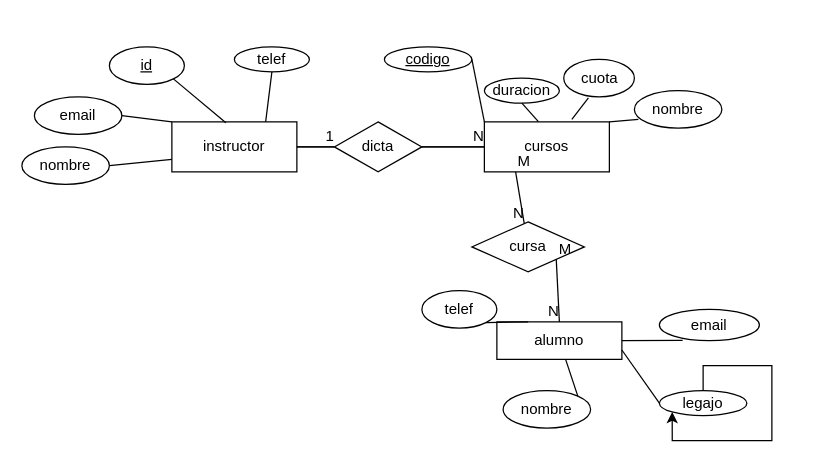
Earlier version of the draw.io diagram page "Página-9" (9 of 11) of Diagrama sin título.drawio (licia90/prueba). Source tidied: cells renumbered, new cells numbered last; positions are measured from the earlier drawing's top-left corner, leaving out a move shared by most shapes. Both pictures are drawn from the tidied source at 125%, with x=0, y=0 at pixel (21, 46).
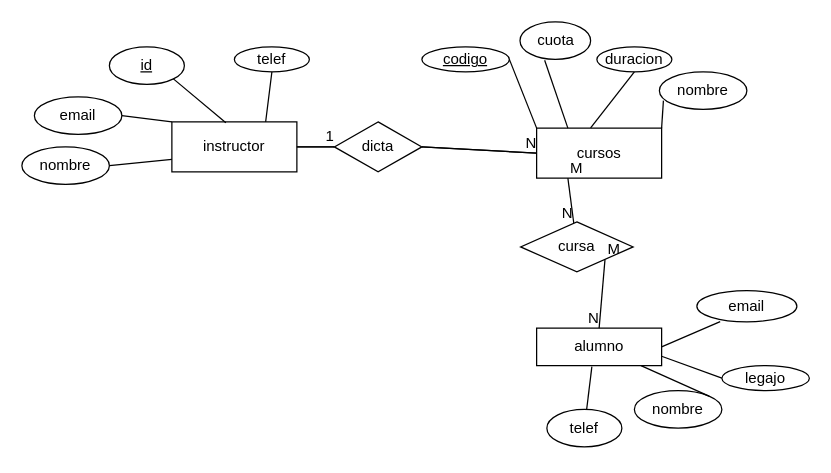
Above is the later version.

Change to the diagram source:
```diff
@@
     <mxCell id="2" value="alumno" style="whiteSpace=wrap;html=1;align=center;" parent="1" vertex="1">
-      <mxGeometry x="380" y="220" width="100" height="30" as="geometry" />
+      <mxGeometry x="411.8" y="225" width="100" height="30" as="geometry" />
     </mxCell>
@@
     <mxCell id="4" value="cursos" style="whiteSpace=wrap;html=1;align=center;" parent="1" vertex="1">
-      <mxGeometry x="370" y="60" width="100" height="40" as="geometry" />
+      <mxGeometry x="411.8" y="65" width="100" height="40" as="geometry" />
     </mxCell>
@@
     <mxCell id="9" value="nombre" style="ellipse;whiteSpace=wrap;html=1;align=center;" parent="1" vertex="1">
-      <mxGeometry x="385" y="275" width="70" height="30" as="geometry" />
+      <mxGeometry x="490" y="275" width="70" height="30" as="geometry" />
     </mxCell>
     <mxCell id="10" value="email" style="ellipse;whiteSpace=wrap;html=1;align=center;" parent="1" vertex="1">
-      <mxGeometry x="510" y="210" width="80" height="25" as="geometry" />
+      <mxGeometry x="540" y="195" width="80" height="25" as="geometry" />
     </mxCell>
     <mxCell id="11" value="telef" style="ellipse;whiteSpace=wrap;html=1;align=center;" parent="1" vertex="1">
-      <mxGeometry x="320" y="195" width="60" height="30" as="geometry" />
+      <mxGeometry x="420" y="290" width="60" height="30" as="geometry" />
     </mxCell>
     <mxCell id="12" value="codigo" style="ellipse;whiteSpace=wrap;html=1;align=center;fontStyle=4;" parent="1" vertex="1">
-      <mxGeometry x="290" width="70" height="20" as="geometry" />
+      <mxGeometry x="320" width="70" height="20" as="geometry" />
     </mxCell>
     <mxCell id="13" value="nombre" style="ellipse;whiteSpace=wrap;html=1;align=center;" parent="1" vertex="1">
-      <mxGeometry x="490" y="35" width="70" height="30" as="geometry" />
+      <mxGeometry x="510" y="20" width="70" height="30" as="geometry" />
     </mxCell>
     <mxCell id="14" value="cuota" style="ellipse;whiteSpace=wrap;html=1;align=center;" parent="1" vertex="1">
-      <mxGeometry x="433.5" y="10" width="56.5" height="30" as="geometry" />
+      <mxGeometry x="398.5" y="-20" width="56.5" height="30" as="geometry" />
     </mxCell>
     <mxCell id="15" value="duracion" style="ellipse;whiteSpace=wrap;html=1;align=center;" parent="1" vertex="1">
-      <mxGeometry x="370" y="25" width="60" height="20" as="geometry" />
+      <mxGeometry x="460" width="60" height="20" as="geometry" />
     </mxCell>
-    <mxCell id="16" style="endArrow=none;html=1;rounded=0;entryX=0.349;entryY=1.024;entryDx=0;entryDy=0;entryPerimeter=0;" parent="1" edge="1" target="14">
-      <mxGeometry relative="1" as="geometry">
-        <mxPoint x="440" y="58" as="sourcePoint" />
-      </mxGeometry>
+    <mxCell id="16" style="endArrow=none;html=1;rounded=0;entryX=0.349;entryY=1.024;entryDx=0;entryDy=0;entryPerimeter=0;exitX=0.25;exitY=0;exitDx=0;exitDy=0;" parent="1" edge="1" source="4" target="14">
+      <mxGeometry relative="1" as="geometry" />
     </mxCell>
@@
-    <mxCell id="26" style="endArrow=none;html=1;rounded=0;entryX=1;entryY=1;entryDx=0;entryDy=0;exitX=0.25;exitY=0;exitDx=0;exitDy=0;" parent="1" edge="1" source="2" target="11">
+    <mxCell id="26" style="endArrow=none;html=1;rounded=0;exitX=0.442;exitY=1.027;exitDx=0;exitDy=0;exitPerimeter=0;" parent="1" edge="1" source="2" target="11">
       <mxGeometry relative="1" as="geometry" />
     </mxCell>
     <mxCell id="27" value="legajo" style="ellipse;whiteSpace=wrap;html=1;align=center;" parent="1" vertex="1">
-      <mxGeometry x="510" y="275" width="70" height="20" as="geometry" />
+      <mxGeometry x="560" y="255" width="70" height="20" as="geometry" />
     </mxCell>
@@
     <mxCell id="39" value="cursa" style="shape=rhombus;perimeter=rhombusPerimeter;whiteSpace=wrap;html=1;align=center;" parent="1" vertex="1">
-      <mxGeometry x="360" y="140" width="90" height="40" as="geometry" />
+      <mxGeometry x="399" y="140" width="90" height="40" as="geometry" />
     </mxCell>
@@
-    <mxCell id="43" style="edgeStyle=orthogonalEdgeStyle;rounded=0;orthogonalLoop=1;jettySize=auto;html=1;entryX=0;entryY=1;entryDx=0;entryDy=0;" parent="1" edge="1" source="27" target="27">
-      <mxGeometry relative="1" as="geometry" />
-    </mxCell>
```
